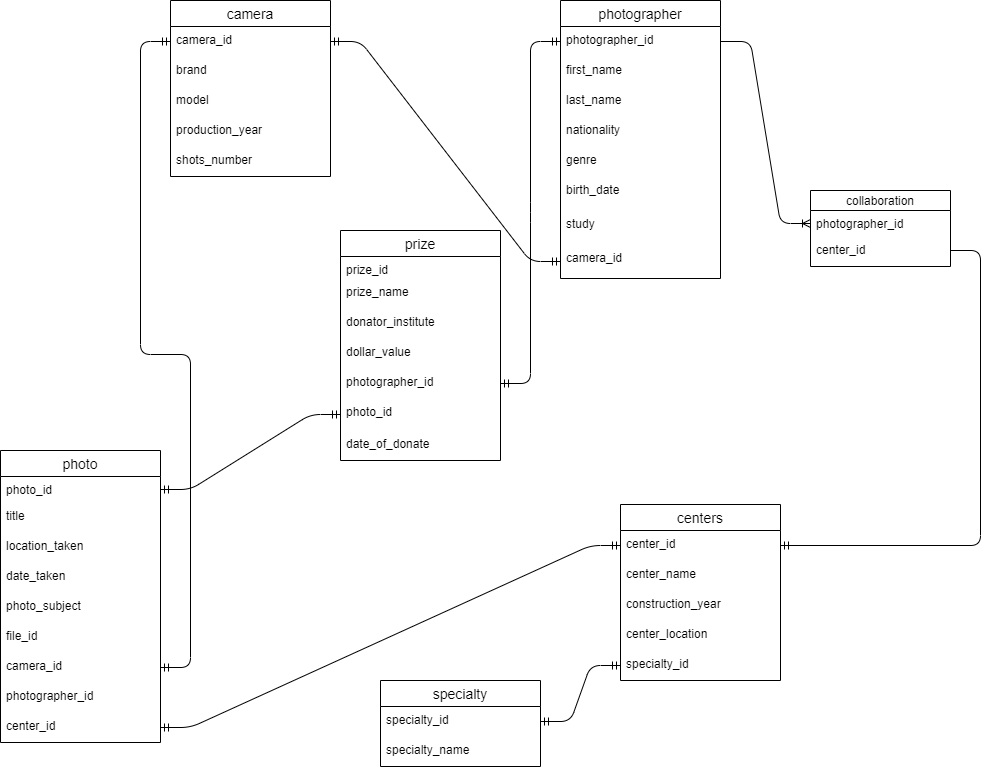
Above: photography.png in sepideh2020/ERD (draw.io), before the change. Source tidied: cells renumbered, new cells last; positions are measured from the earlier drawing's top-left corner, leaving out a move shared by most shapes.
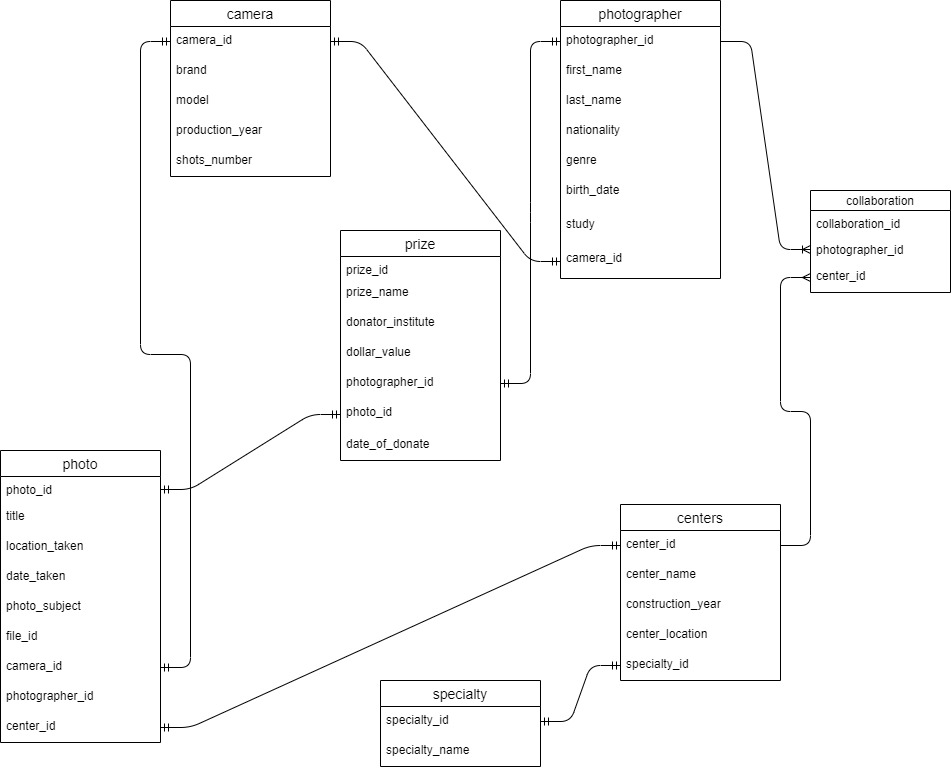
After the change.

What changed in the source:
```diff
@@ -146,22 +146,23 @@
     <mxCell id="49" style="edgeStyle=entityRelationEdgeStyle;fontSize=12;html=1;endArrow=ERmandOne;startArrow=ERmandOne;exitX=1;exitY=0.5;exitDx=0;exitDy=0;entryX=0;entryY=0.5;entryDx=0;entryDy=0;" parent="1" edge="1" source="47" target="22">
       <mxGeometry relative="1" as="geometry" />
     </mxCell>
-    <mxCell id="50" style="edgeStyle=entityRelationEdgeStyle;fontSize=12;html=1;endArrow=ERoneToMany;entryX=0;entryY=0.5;entryDx=0;entryDy=0;exitX=1;exitY=0.5;exitDx=0;exitDy=0;" parent="1" edge="1" source="3" target="53">
+    <mxCell id="50" style="edgeStyle=entityRelationEdgeStyle;fontSize=12;html=1;endArrow=ERoneToMany;entryX=0;entryY=0.5;entryDx=0;entryDy=0;exitX=1;exitY=0.5;exitDx=0;exitDy=0;" parent="1" edge="1" source="3" target="55">
       <mxGeometry relative="1" as="geometry" />
     </mxCell>
-    <mxCell id="51" style="edgeStyle=entityRelationEdgeStyle;fontSize=12;html=1;endArrow=ERmandOne;entryX=1;entryY=0.5;entryDx=0;entryDy=0;" parent="1" edge="1" target="18">
-      <mxGeometry relative="1" as="geometry">
-        <mxPoint x="950" y="250" as="sourcePoint" />
-      </mxGeometry>
-    </mxCell>
     <mxCell id="52" value="collaboration" style="swimlane;fontStyle=0;horizontal=1;startSize=20;fillColor=none;" parent="1" vertex="1">
-      <mxGeometry x="810" y="190" width="140" height="76" as="geometry" />
+      <mxGeometry x="810" y="190" width="140" height="102" as="geometry" />
     </mxCell>
-    <mxCell id="53" value="photographer_id" style="text;strokeColor=none;fillColor=none;align=left;verticalAlign=top;spacingLeft=4;spacingRight=4;overflow=hidden;points=[[0,0.5],[1,0.5]];portConstraint=eastwest;" parent="52" vertex="1">
+    <mxCell id="53" value="collaboration_id" style="text;strokeColor=none;fillColor=none;align=left;verticalAlign=top;spacingLeft=4;spacingRight=4;overflow=hidden;points=[[0,0.5],[1,0.5]];portConstraint=eastwest;" parent="52" vertex="1">
       <mxGeometry y="20" width="140" height="26" as="geometry" />
     </mxCell>
+    <mxCell id="55" value="photographer_id" style="text;strokeColor=none;fillColor=none;align=left;verticalAlign=top;spacingLeft=4;spacingRight=4;overflow=hidden;points=[[0,0.5],[1,0.5]];portConstraint=eastwest;" parent="52" vertex="1">
+      <mxGeometry y="46" width="140" height="26" as="geometry" />
+    </mxCell>
     <mxCell id="54" value="center_id" style="text;strokeColor=none;fillColor=none;align=left;verticalAlign=top;spacingLeft=4;spacingRight=4;overflow=hidden;points=[[0,0.5],[1,0.5]];portConstraint=eastwest;" parent="52" vertex="1">
-      <mxGeometry y="46" width="140" height="30" as="geometry" />
+      <mxGeometry y="72" width="140" height="30" as="geometry" />
     </mxCell>
+    <mxCell id="56" style="edgeStyle=entityRelationEdgeStyle;fontSize=12;html=1;endArrow=ERmany;exitX=1;exitY=0.5;exitDx=0;exitDy=0;entryX=0;entryY=0.5;entryDx=0;entryDy=0;" parent="1" edge="1" source="18" target="54">
+      <mxGeometry relative="1" as="geometry" />
+    </mxCell>
   </root>
 </mxGraphModel>
```
